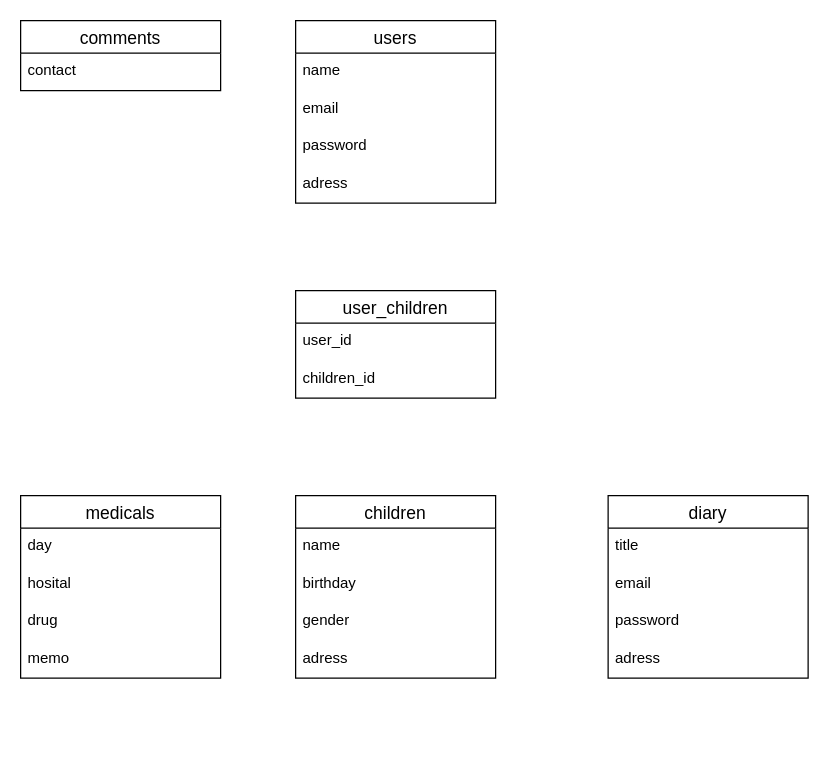
Earlier version of the draw.io diagram ER.dio (hiratatatsujiro/child-show-app). Source tidied: cells renumbered, new cells numbered last; positions are measured from the earlier drawing's top-left corner, leaving out a move shared by most shapes. Both pictures are drawn from the tidied source at 125%, with x=0, y=0 at pixel (20, 20).
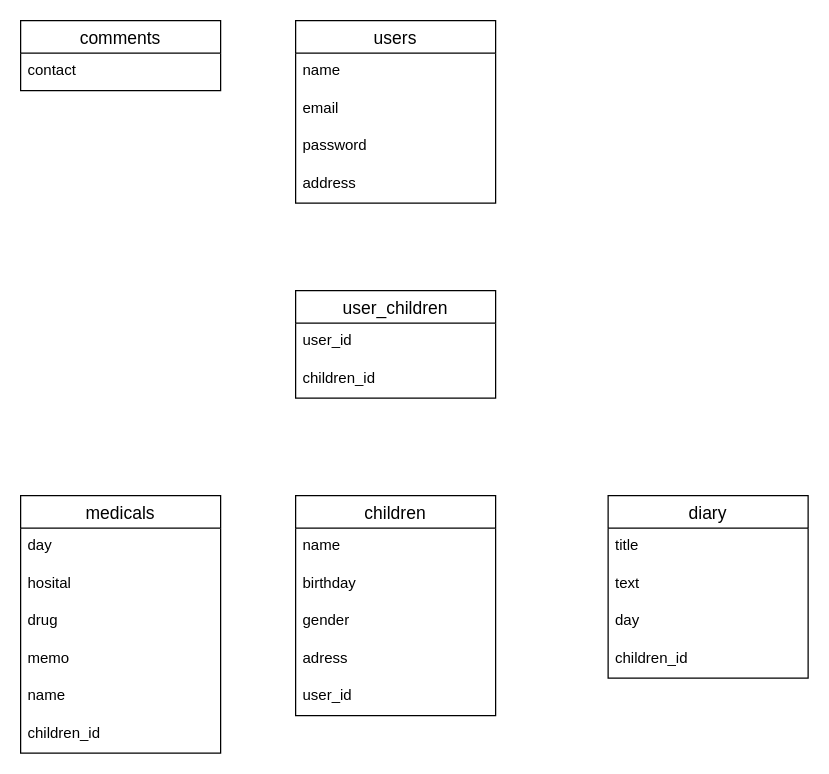
After the change.

The change refers to these unchanged cells:
```xml
<mxCell id="2" value="users" style="swimlane;fontStyle=0;horizontal=1;startSize=26;align=center;fontSize=14;" parent="1" vertex="1">
  <mxGeometry x="220" width="160" height="146" as="geometry" />
</mxCell>
<mxCell id="19" value="diary" style="swimlane;fontStyle=0;horizontal=1;startSize=26;align=center;fontSize=14;" parent="1" vertex="1">
  <mxGeometry x="470" y="380" width="160" height="146" as="geometry" />
</mxCell>
```

What changed in the source:
```diff
@@
-    <mxCell id="6" value="adress" style="text;strokeColor=none;fillColor=none;spacingLeft=4;spacingRight=4;overflow=hidden;fontSize=12;" parent="2" vertex="1">
+    <mxCell id="6" value="address" style="text;strokeColor=none;fillColor=none;spacingLeft=4;spacingRight=4;overflow=hidden;fontSize=12;" parent="2" vertex="1">
       <mxGeometry y="116" width="160" height="30" as="geometry" />
     </mxCell>
     <mxCell id="7" value="children" style="swimlane;fontStyle=0;horizontal=1;startSize=26;align=center;fontSize=14;" parent="1" vertex="1">
-      <mxGeometry x="220" y="380" width="160" height="146" as="geometry" />
+      <mxGeometry x="220" y="380" width="160" height="176" as="geometry" />
     </mxCell>
@@
+    <mxCell id="27" value="user_id" style="text;strokeColor=none;fillColor=none;spacingLeft=4;spacingRight=4;overflow=hidden;fontSize=12;" parent="7" vertex="1">
+      <mxGeometry y="146" width="160" height="30" as="geometry" />
+    </mxCell>
     <mxCell id="12" value="medicals" style="swimlane;fontStyle=0;horizontal=1;startSize=26;align=center;fontSize=14;" parent="1" vertex="1">
-      <mxGeometry y="380" width="160" height="146" as="geometry" />
+      <mxGeometry y="380" width="160" height="206" as="geometry" />
     </mxCell>
@@
+    <mxCell id="28" value="name" style="text;strokeColor=none;fillColor=none;spacingLeft=4;spacingRight=4;overflow=hidden;fontSize=12;" parent="12" vertex="1">
+      <mxGeometry y="146" width="160" height="30" as="geometry" />
+    </mxCell>
+    <mxCell id="29" value="children_id" style="text;strokeColor=none;fillColor=none;spacingLeft=4;spacingRight=4;overflow=hidden;fontSize=12;" parent="12" vertex="1">
+      <mxGeometry y="176" width="160" height="30" as="geometry" />
+    </mxCell>
@@
-    <mxCell id="21" value="email" style="text;strokeColor=none;fillColor=none;spacingLeft=4;spacingRight=4;overflow=hidden;fontSize=12;" parent="19" vertex="1">
+    <mxCell id="21" value="text" style="text;strokeColor=none;fillColor=none;spacingLeft=4;spacingRight=4;overflow=hidden;fontSize=12;" parent="19" vertex="1">
       <mxGeometry y="56" width="160" height="30" as="geometry" />
     </mxCell>
-    <mxCell id="22" value="password" style="text;strokeColor=none;fillColor=none;spacingLeft=4;spacingRight=4;overflow=hidden;fontSize=12;" parent="19" vertex="1">
-      <mxGeometry y="86" width="160" height="30" as="geometry" />
-    </mxCell>
-    <mxCell id="23" value="adress" style="text;strokeColor=none;fillColor=none;spacingLeft=4;spacingRight=4;overflow=hidden;fontSize=12;" parent="19" vertex="1">
-      <mxGeometry y="116" width="160" height="30" as="geometry" />
-    </mxCell>
+    <mxCell id="30" value="day" style="text;strokeColor=none;fillColor=none;spacingLeft=4;spacingRight=4;overflow=hidden;fontSize=12;" parent="19" vertex="1">
+      <mxGeometry y="86" width="160" height="30" as="geometry" />
+    </mxCell>
+    <mxCell id="31" value="children_id" style="text;strokeColor=none;fillColor=none;spacingLeft=4;spacingRight=4;overflow=hidden;fontSize=12;" parent="19" vertex="1">
+      <mxGeometry y="116" width="160" height="30" as="geometry" />
+    </mxCell>
```
